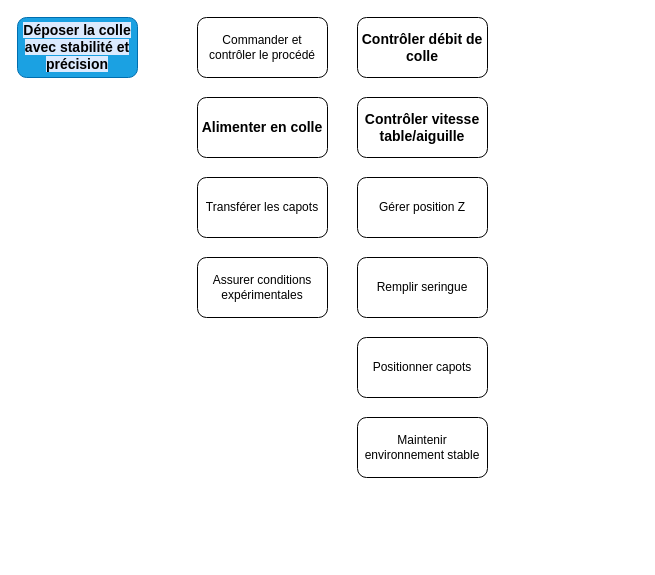
CharifMah/Systemes_automatises keeps this draw.io diagram as PDCA4/Diagramme_FAST.drawio. Above is the earlier version. Source tidied: cells renumbered, new cells numbered last; positions are measured from the earlier drawing's top-left corner, leaving out a move shared by most shapes. Both pictures are drawn from the tidied source at 100%, with x=0, y=0 at pixel (17, 17).
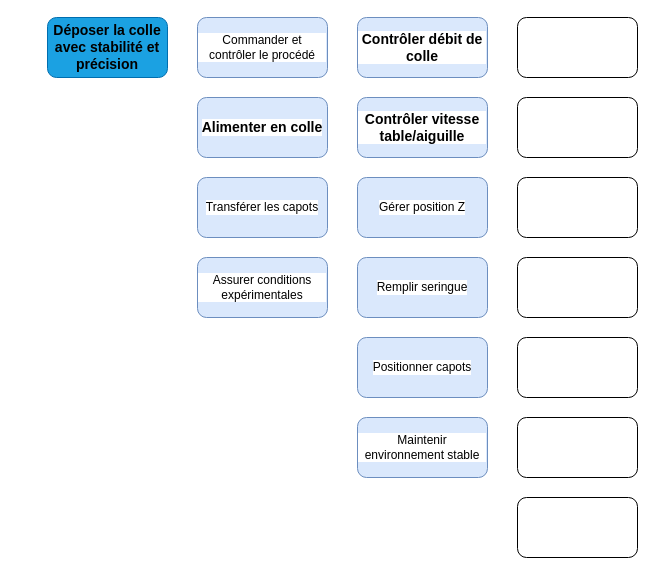
After the change.

The edit, as a diff of the source:
```diff
@@
 <mxGraphModel>
   <root>
     <mxCell id="0" />
     <mxCell id="1" parent="0" />
-    <mxCell id="2" value="&lt;span style=&quot;color: rgb(0, 0, 0); font-family: Arial, sans-serif; font-size: 14px; font-weight: 700; background-color: rgb(219, 234, 254);&quot;&gt;Déposer la colle avec stabilité et précision&lt;/span&gt;" style="rounded=1;whiteSpace=wrap;html=1;fillColor=#1ba1e2;fontColor=#ffffff;strokeColor=#006EAF;" parent="1" vertex="1">
-      <mxGeometry width="120" height="60" as="geometry" />
+    <mxCell id="2" value="&lt;span style=&quot;color: rgb(0, 0, 0); font-family: Arial, sans-serif; font-size: 14px; font-weight: 700;&quot;&gt;Déposer la colle avec stabilité et précision&lt;/span&gt;" style="rounded=1;whiteSpace=wrap;html=1;fillColor=#1ba1e2;fontColor=#ffffff;strokeColor=#006EAF;" parent="1" vertex="1">
+      <mxGeometry x="30" width="120" height="60" as="geometry" />
     </mxCell>
-    <mxCell id="3" value="&lt;span style=&quot;color: rgb(0, 0, 0); font-family: Arial, sans-serif; font-size: 14px; font-weight: 700;&quot;&gt;Alimenter en colle&lt;/span&gt;" style="rounded=1;whiteSpace=wrap;html=1;labelBackgroundColor=none;labelBorderColor=none;textShadow=0;" parent="1" vertex="1">
+    <mxCell id="3" value="&lt;span style=&quot;font-family: Arial, sans-serif; font-size: 14px; font-weight: 700;&quot;&gt;Alimenter en colle&lt;/span&gt;" style="rounded=1;whiteSpace=wrap;html=1;labelBackgroundColor=default;labelBorderColor=none;textShadow=0;fillColor=#dae8fc;strokeColor=#6c8ebf;" parent="1" vertex="1">
       <mxGeometry x="180" y="80" width="130" height="60" as="geometry" />
     </mxCell>
-    <mxCell id="4" value="&lt;div&gt;Transférer les capots&lt;/div&gt;" style="rounded=1;whiteSpace=wrap;html=1;labelBackgroundColor=none;labelBorderColor=none;textShadow=0;" parent="1" vertex="1">
+    <mxCell id="4" value="&lt;div&gt;Transférer les capots&lt;/div&gt;" style="rounded=1;whiteSpace=wrap;html=1;labelBackgroundColor=default;labelBorderColor=none;textShadow=0;fillColor=#dae8fc;strokeColor=#6c8ebf;" parent="1" vertex="1">
       <mxGeometry x="180" y="160" width="130" height="60" as="geometry" />
     </mxCell>
-    <mxCell id="5" value="&lt;span style=&quot;color: rgb(0, 0, 0); font-family: Arial, sans-serif; font-size: 14px; font-weight: 700;&quot;&gt;Contrôler débit de colle&lt;/span&gt;" style="rounded=1;whiteSpace=wrap;html=1;labelBackgroundColor=none;labelBorderColor=none;textShadow=0;" parent="1" vertex="1">
+    <mxCell id="5" value="&lt;span style=&quot;font-family: Arial, sans-serif; font-size: 14px; font-weight: 700;&quot;&gt;Contrôler débit de colle&lt;/span&gt;" style="rounded=1;whiteSpace=wrap;html=1;labelBackgroundColor=default;labelBorderColor=none;textShadow=0;fillColor=#dae8fc;strokeColor=#6c8ebf;" parent="1" vertex="1">
       <mxGeometry x="340" width="130" height="60" as="geometry" />
     </mxCell>
-    <mxCell id="6" value="&lt;span style=&quot;color: rgb(0, 0, 0); font-family: Arial, sans-serif; font-size: 14px; font-weight: 700;&quot;&gt;Contrôler vitesse table/aiguille&lt;/span&gt;" style="rounded=1;whiteSpace=wrap;html=1;labelBackgroundColor=none;labelBorderColor=none;textShadow=0;" parent="1" vertex="1">
+    <mxCell id="6" value="&lt;span style=&quot;font-family: Arial, sans-serif; font-size: 14px; font-weight: 700;&quot;&gt;Contrôler vitesse table/aiguille&lt;/span&gt;" style="rounded=1;whiteSpace=wrap;html=1;labelBackgroundColor=default;labelBorderColor=none;textShadow=0;fillColor=#dae8fc;strokeColor=#6c8ebf;" parent="1" vertex="1">
       <mxGeometry x="340" y="80" width="130" height="60" as="geometry" />
     </mxCell>
-    <mxCell id="7" value="Gérer position Z" style="rounded=1;whiteSpace=wrap;html=1;labelBackgroundColor=none;labelBorderColor=none;textShadow=0;" parent="1" vertex="1">
+    <mxCell id="7" value="Gérer position Z" style="rounded=1;whiteSpace=wrap;html=1;labelBackgroundColor=default;labelBorderColor=none;textShadow=0;fillColor=#dae8fc;strokeColor=#6c8ebf;" parent="1" vertex="1">
       <mxGeometry x="340" y="160" width="130" height="60" as="geometry" />
     </mxCell>
-    <mxCell id="8" value="Remplir seringue" style="rounded=1;whiteSpace=wrap;html=1;labelBackgroundColor=none;labelBorderColor=none;textShadow=0;" parent="1" vertex="1">
+    <mxCell id="8" value="Remplir seringue" style="rounded=1;whiteSpace=wrap;html=1;labelBackgroundColor=default;labelBorderColor=none;textShadow=0;fillColor=#dae8fc;strokeColor=#6c8ebf;" parent="1" vertex="1">
       <mxGeometry x="340" y="240" width="130" height="60" as="geometry" />
     </mxCell>
-    <mxCell id="9" value="Commander et contrôler le procédé" style="rounded=1;whiteSpace=wrap;html=1;labelBackgroundColor=none;labelBorderColor=none;textShadow=0;" parent="1" vertex="1">
+    <mxCell id="9" value="Commander et contrôler le procédé" style="rounded=1;whiteSpace=wrap;html=1;labelBackgroundColor=default;labelBorderColor=none;textShadow=0;fillColor=#dae8fc;strokeColor=#6c8ebf;" parent="1" vertex="1">
       <mxGeometry x="180" width="130" height="60" as="geometry" />
     </mxCell>
-    <mxCell id="10" value="&lt;div&gt;Assurer conditions expérimentales&lt;/div&gt;" style="rounded=1;whiteSpace=wrap;html=1;labelBackgroundColor=none;labelBorderColor=none;textShadow=0;" parent="1" vertex="1">
+    <mxCell id="10" value="&lt;div&gt;Assurer conditions expérimentales&lt;/div&gt;" style="rounded=1;whiteSpace=wrap;html=1;labelBackgroundColor=default;labelBorderColor=none;textShadow=0;fillColor=#dae8fc;strokeColor=#6c8ebf;" parent="1" vertex="1">
       <mxGeometry x="180" y="240" width="130" height="60" as="geometry" />
     </mxCell>
-    <mxCell id="11" value="Positionner capots" style="rounded=1;whiteSpace=wrap;html=1;labelBackgroundColor=none;labelBorderColor=none;textShadow=0;" parent="1" vertex="1">
+    <mxCell id="11" value="Positionner capots" style="rounded=1;whiteSpace=wrap;html=1;labelBackgroundColor=default;labelBorderColor=none;textShadow=0;fillColor=#dae8fc;strokeColor=#6c8ebf;" parent="1" vertex="1">
       <mxGeometry x="340" y="320" width="130" height="60" as="geometry" />
     </mxCell>
-    <mxCell id="12" value="Maintenir environnement stable" style="rounded=1;whiteSpace=wrap;html=1;labelBackgroundColor=none;labelBorderColor=none;textShadow=0;" parent="1" vertex="1">
+    <mxCell id="12" value="Maintenir environnement stable" style="rounded=1;whiteSpace=wrap;html=1;labelBackgroundColor=default;labelBorderColor=none;textShadow=0;fillColor=#dae8fc;strokeColor=#6c8ebf;" parent="1" vertex="1">
       <mxGeometry x="340" y="400" width="130" height="60" as="geometry" />
     </mxCell>
+    <mxCell id="13" style="rounded=1;whiteSpace=wrap;html=1;" parent="1" vertex="1">
+      <mxGeometry x="500" width="120" height="60" as="geometry" />
+    </mxCell>
+    <mxCell id="14" style="rounded=1;whiteSpace=wrap;html=1;" parent="1" vertex="1">
+      <mxGeometry x="500" y="80" width="120" height="60" as="geometry" />
+    </mxCell>
+    <mxCell id="15" style="rounded=1;whiteSpace=wrap;html=1;" parent="1" vertex="1">
+      <mxGeometry x="500" y="160" width="120" height="60" as="geometry" />
+    </mxCell>
+    <mxCell id="16" style="rounded=1;whiteSpace=wrap;html=1;" parent="1" vertex="1">
+      <mxGeometry x="500" y="240" width="120" height="60" as="geometry" />
+    </mxCell>
+    <mxCell id="17" style="rounded=1;whiteSpace=wrap;html=1;" parent="1" vertex="1">
+      <mxGeometry x="500" y="320" width="120" height="60" as="geometry" />
+    </mxCell>
+    <mxCell id="18" style="rounded=1;whiteSpace=wrap;html=1;" parent="1" vertex="1">
+      <mxGeometry x="500" y="400" width="120" height="60" as="geometry" />
+    </mxCell>
+    <mxCell id="19" style="rounded=1;whiteSpace=wrap;html=1;" parent="1" vertex="1">
+      <mxGeometry x="500" y="480" width="120" height="60" as="geometry" />
+    </mxCell>
   </root>
 </mxGraphModel>
```
